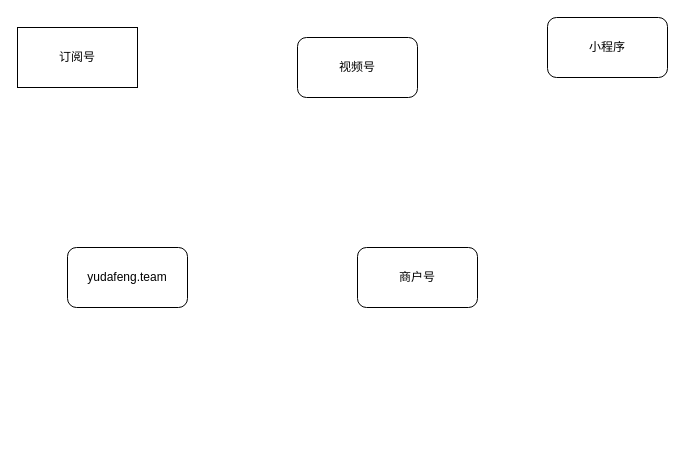
This is wechat.drawio from yudafeng/draw.io, a draw.io file, before an edit. Source tidied: cells renumbered, new cells numbered last; positions are measured from the earlier drawing's top-left corner, leaving out a move shared by most shapes. Both pictures are drawn from the tidied source at 100%, with x=0, y=0 at pixel (17, 17).
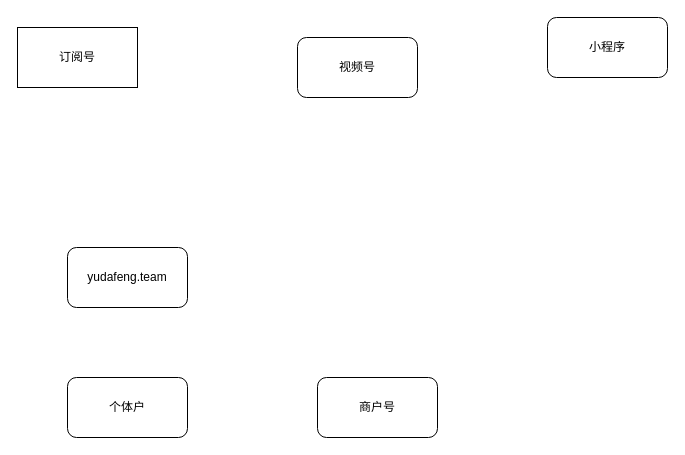
The same page after the edit.

What changed in the source:
```diff
@@
 <mxGraphModel>
   <root>
     <mxCell id="0" />
     <mxCell id="1" parent="0" />
     <mxCell id="2" value="订阅号" style="rounded=0;whiteSpace=wrap;html=1;" parent="1" vertex="1">
       <mxGeometry y="10" width="120" height="60" as="geometry" />
     </mxCell>
     <mxCell id="3" value="视频号" style="rounded=1;whiteSpace=wrap;html=1;" parent="1" vertex="1">
       <mxGeometry x="280" y="20" width="120" height="60" as="geometry" />
     </mxCell>
     <mxCell id="4" value="商户号" style="rounded=1;whiteSpace=wrap;html=1;" parent="1" vertex="1">
-      <mxGeometry x="340" y="230" width="120" height="60" as="geometry" />
+      <mxGeometry x="300" y="360" width="120" height="60" as="geometry" />
     </mxCell>
     <mxCell id="5" value="小程序" style="rounded=1;whiteSpace=wrap;html=1;" parent="1" vertex="1">
       <mxGeometry x="530" width="120" height="60" as="geometry" />
     </mxCell>
     <mxCell id="6" value="yudafeng.team" style="rounded=1;whiteSpace=wrap;html=1;" parent="1" vertex="1">
       <mxGeometry x="50" y="230" width="120" height="60" as="geometry" />
     </mxCell>
+    <mxCell id="7" value="个体户" style="rounded=1;whiteSpace=wrap;html=1;" parent="1" vertex="1">
+      <mxGeometry x="50" y="360" width="120" height="60" as="geometry" />
+    </mxCell>
   </root>
 </mxGraphModel>
```
